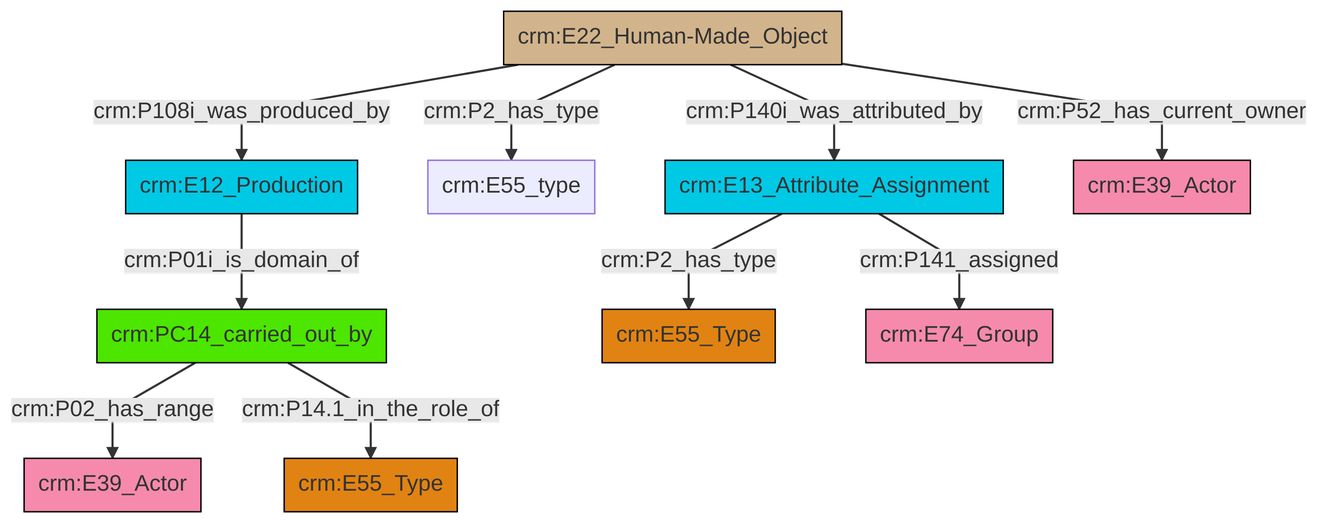
Before: et/builtWorkCSV/ttl/mmd/png/Built_Work_actor_relations.png, a diagram exported from Mermaid (swiss-art-research-net/reference-data-models). Its source is kept beside it as et/builtWorkCSV/ttl/mmd/Built_Work_actor_relations.ttl.mmd.
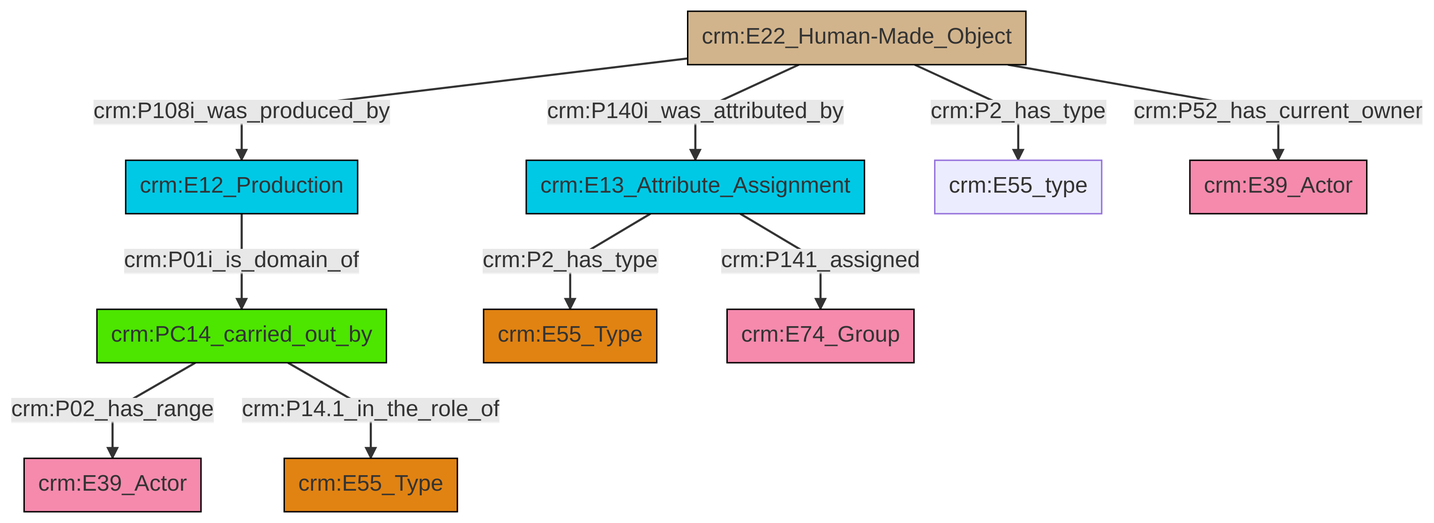
The same file after the commit.

Diff of the diagram source:
```diff
@@ -13,12 +13,12 @@
 classDef PC_Classes fill:#4ce600, stroke:#000000;
 classDef Multi fill:#cccccc,stroke:#000000;
 
-2["crm:PC14_carried_out_by"]:::PC_Classes -->|crm:P02_has_range| 4["crm:E39_Actor"]:::Actor
-7["crm:E12_Production"]:::Temporal_Entity -->|crm:P01i_is_domain_of| 2["crm:PC14_carried_out_by"]:::PC_Classes
-10["crm:E13_Attribute_Assignment"]:::Temporal_Entity -->|crm:P141_assigned| 11["crm:E74_Group"]:::Actor
-0["crm:E22_Human-Made_Object"]:::Physical_Thing -->|crm:P2_has_type| 8["crm:E55_type"]:::Default
-10["crm:E13_Attribute_Assignment"]:::Temporal_Entity -->|crm:P2_has_type| 5["crm:E55_Type"]:::Type
-0["crm:E22_Human-Made_Object"]:::Physical_Thing -->|crm:P52_has_current_owner| 12["crm:E39_Actor"]:::Actor
-2["crm:PC14_carried_out_by"]:::PC_Classes -->|crm:P14.1_in_the_role_of| 13["crm:E55_Type"]:::Type
-0["crm:E22_Human-Made_Object"]:::Physical_Thing -->|crm:P108i_was_produced_by| 7["crm:E12_Production"]:::Temporal_Entity
-0["crm:E22_Human-Made_Object"]:::Physical_Thing -->|crm:P140i_was_attributed_by| 10["crm:E13_Attribute_Assignment"]:::Temporal_Entity
+0["crm:PC14_carried_out_by"]:::PC_Classes -->|crm:P02_has_range| 1["crm:E39_Actor"]:::Actor
+4["crm:E12_Production"]:::Temporal_Entity -->|crm:P01i_is_domain_of| 0["crm:PC14_carried_out_by"]:::PC_Classes
+8["crm:E22_Human-Made_Object"]:::Physical_Thing -->|crm:P2_has_type| 12["crm:E55_type"]:::Default
+2["crm:E13_Attribute_Assignment"]:::Temporal_Entity -->|crm:P2_has_type| 5["crm:E55_Type"]:::Type
+8["crm:E22_Human-Made_Object"]:::Physical_Thing -->|crm:P52_has_current_owner| 13["crm:E39_Actor"]:::Actor
+8["crm:E22_Human-Made_Object"]:::Physical_Thing -->|crm:P140i_was_attributed_by| 2["crm:E13_Attribute_Assignment"]:::Temporal_Entity
+8["crm:E22_Human-Made_Object"]:::Physical_Thing -->|crm:P108i_was_produced_by| 4["crm:E12_Production"]:::Temporal_Entity
+0["crm:PC14_carried_out_by"]:::PC_Classes -->|crm:P14.1_in_the_role_of| 15["crm:E55_Type"]:::Type
+2["crm:E13_Attribute_Assignment"]:::Temporal_Entity -->|crm:P141_assigned| 17["crm:E74_Group"]:::Actor
```
